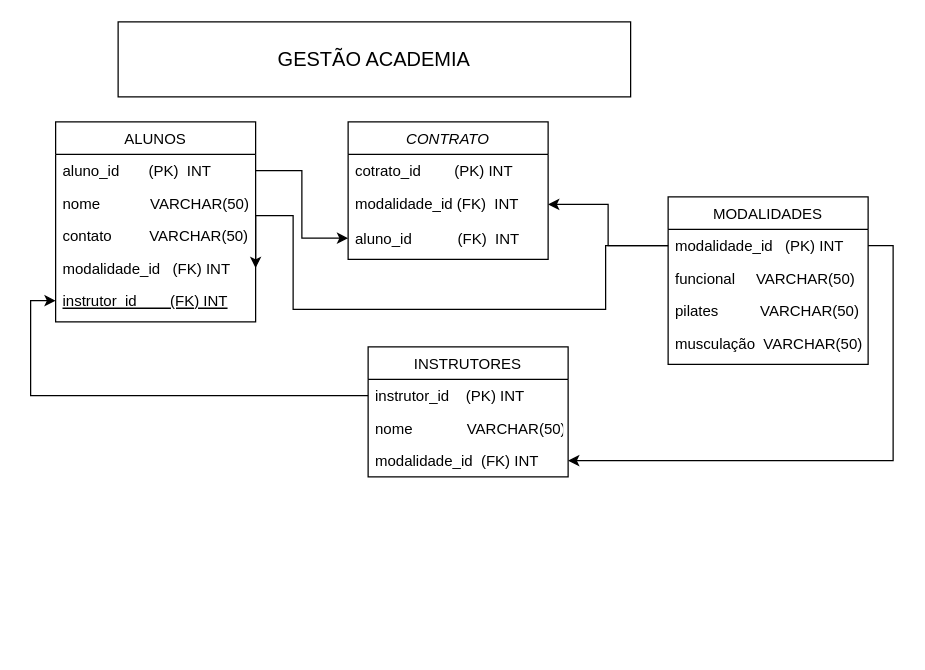
lucas-adrian/exercicio keeps this draw.io diagram as Untitled Diagram.drawio. Above is the earlier version. Source tidied: cells renumbered, new cells numbered last; positions are measured from the earlier drawing's top-left corner, leaving out a move shared by most shapes. Both pictures are drawn from the tidied source at 125%, with x=0, y=0 at pixel (55, 21).
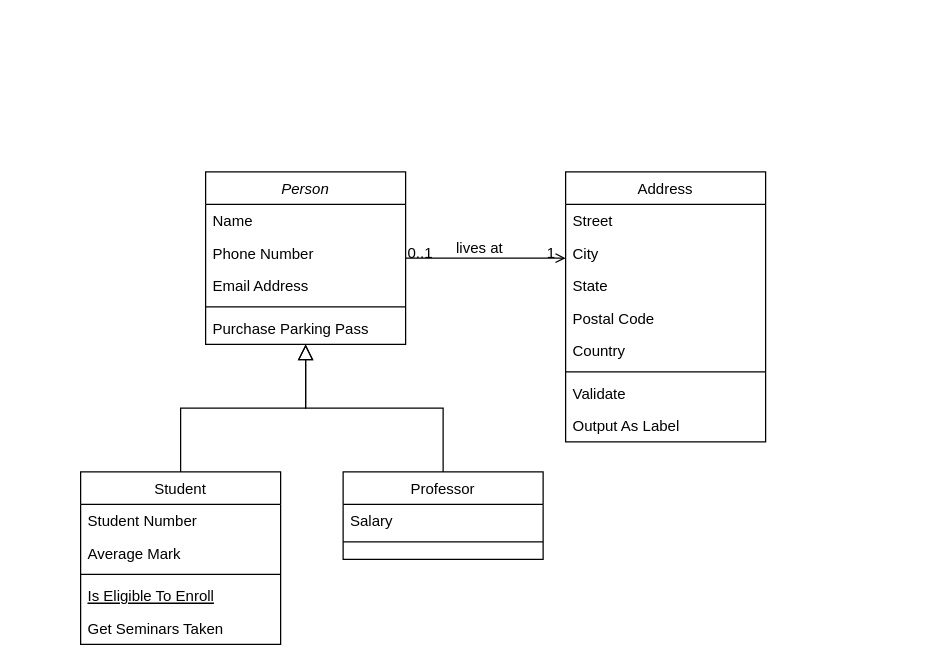
The same page after the edit.

What changed in the source:
```diff
@@
-    <mxCell id="2" value="CONTRATO" style="swimlane;fontStyle=2;align=center;verticalAlign=top;horizontal=1;startSize=26;rounded=0;shadow=0;strokeWidth=1;" parent="1" vertex="1">
-      <mxGeometry x="234" y="80" width="160" height="110" as="geometry" />
+    <mxCell id="2" value="Person" style="swimlane;fontStyle=2;align=center;verticalAlign=top;horizontal=1;startSize=26;rounded=0;shadow=0;strokeWidth=1;" parent="1" vertex="1">
+      <mxGeometry x="120" y="120" width="160" height="138" as="geometry" />
     </mxCell>
-    <mxCell id="3" value="cotrato_id        (PK) INT" style="text;align=left;verticalAlign=top;spacingLeft=4;spacingRight=4;overflow=hidden;" parent="2" vertex="1">
+    <mxCell id="3" value="Name" style="text;align=left;verticalAlign=top;spacingLeft=4;spacingRight=4;overflow=hidden;" parent="2" vertex="1">
       <mxGeometry y="26" width="160" height="26" as="geometry" />
     </mxCell>
+    <mxCell id="27" value="Phone Number" style="text;align=left;verticalAlign=top;spacingLeft=4;spacingRight=4;overflow=hidden;rounded=0;shadow=0;html=0;" parent="2" vertex="1">
+      <mxGeometry y="52" width="160" height="26" as="geometry" />
+    </mxCell>
-    <mxCell id="4" value="modalidade_id (FK)  INT&#10; " style="text;align=left;verticalAlign=top;spacingLeft=4;spacingRight=4;overflow=hidden;points=[[0,0.5],[1,0.5]];portConstraint=eastwest;rounded=0;shadow=0;html=0;" parent="2" vertex="1">
-      <mxGeometry y="52" width="160" height="28" as="geometry" />
+    <mxCell id="4" value="Email Address" style="text;align=left;verticalAlign=top;spacingLeft=4;spacingRight=4;overflow=hidden;points=[[0,0.5],[1,0.5]];portConstraint=eastwest;rounded=0;shadow=0;html=0;" parent="2" vertex="1">
+      <mxGeometry y="78" width="160" height="26" as="geometry" />
     </mxCell>
-    <mxCell id="5" value="aluno_id           (FK)  INT " style="text;align=left;verticalAlign=top;spacingLeft=4;spacingRight=4;overflow=hidden;points=[[0,0.5],[1,0.5]];portConstraint=eastwest;rounded=0;shadow=0;html=0;" parent="2" vertex="1">
-      <mxGeometry y="80" width="160" height="26" as="geometry" />
-    </mxCell>
+    <mxCell id="28" style="line;html=1;strokeWidth=1;align=left;verticalAlign=middle;spacingTop=-1;spacingLeft=3;spacingRight=3;labelPosition=right;" parent="2" vertex="1">
+      <mxGeometry y="104" width="160" height="8" as="geometry" />
+    </mxCell>
+    <mxCell id="29" value="Purchase Parking Pass" style="text;align=left;verticalAlign=top;spacingLeft=4;spacingRight=4;overflow=hidden;" parent="2" vertex="1">
+      <mxGeometry y="112" width="160" height="26" as="geometry" />
+    </mxCell>
-    <mxCell id="6" value="ALUNOS" style="swimlane;fontStyle=0;align=center;verticalAlign=top;horizontal=1;startSize=26;rounded=0;shadow=0;strokeWidth=1;" parent="1" vertex="1">
-      <mxGeometry y="80" width="160" height="160" as="geometry" />
+    <mxCell id="6" value="Student" style="swimlane;fontStyle=0;align=center;verticalAlign=top;horizontal=1;startSize=26;rounded=0;shadow=0;strokeWidth=1;" parent="1" vertex="1">
+      <mxGeometry x="20" y="360" width="160" height="138" as="geometry" />
     </mxCell>
-    <mxCell id="7" value="aluno_id       (PK)  INT" style="text;align=left;verticalAlign=top;spacingLeft=4;spacingRight=4;overflow=hidden;points=[[0,0.5],[1,0.5]];portConstraint=eastwest;" parent="6" vertex="1">
+    <mxCell id="7" value="Student Number" style="text;align=left;verticalAlign=top;spacingLeft=4;spacingRight=4;overflow=hidden;points=[[0,0.5],[1,0.5]];portConstraint=eastwest;" parent="6" vertex="1">
       <mxGeometry y="26" width="160" height="26" as="geometry" />
     </mxCell>
-    <mxCell id="8" value="nome            VARCHAR(50)" style="text;align=left;verticalAlign=top;spacingLeft=4;spacingRight=4;overflow=hidden;rounded=0;shadow=0;html=0;" parent="6" vertex="1">
+    <mxCell id="8" value="Average Mark" style="text;align=left;verticalAlign=top;spacingLeft=4;spacingRight=4;overflow=hidden;rounded=0;shadow=0;html=0;" parent="6" vertex="1">
       <mxGeometry y="52" width="160" height="26" as="geometry" />
     </mxCell>
-    <mxCell id="9" value="contato         VARCHAR(50)" style="text;align=left;verticalAlign=top;spacingLeft=4;spacingRight=4;overflow=hidden;rounded=0;shadow=0;html=0;" parent="6" vertex="1">
-      <mxGeometry y="78" width="160" height="26" as="geometry" />
-    </mxCell>
-    <mxCell id="10" value="modalidade_id   (FK) INT" style="text;align=left;verticalAlign=top;spacingLeft=4;spacingRight=4;overflow=hidden;points=[[0,0.5],[1,0.5]];portConstraint=eastwest;rounded=0;shadow=0;html=0;" parent="6" vertex="1">
-      <mxGeometry y="104" width="160" height="26" as="geometry" />
-    </mxCell>
+    <mxCell id="30" style="line;html=1;strokeWidth=1;align=left;verticalAlign=middle;spacingTop=-1;spacingLeft=3;spacingRight=3;labelPosition=right;" parent="6" vertex="1">
+      <mxGeometry y="78" width="160" height="8" as="geometry" />
+    </mxCell>
-    <mxCell id="11" value="instrutor_id        (FK) INT" style="text;align=left;verticalAlign=top;spacingLeft=4;spacingRight=4;overflow=hidden;points=[[0,0.5],[1,0.5]];portConstraint=eastwest;fontStyle=4;" parent="6" vertex="1">
-      <mxGeometry y="130" width="160" height="26" as="geometry" />
+    <mxCell id="11" value="Is Eligible To Enroll" style="text;align=left;verticalAlign=top;spacingLeft=4;spacingRight=4;overflow=hidden;points=[[0,0.5],[1,0.5]];portConstraint=eastwest;fontStyle=4;" parent="6" vertex="1">
+      <mxGeometry y="86" width="160" height="26" as="geometry" />
     </mxCell>
+    <mxCell id="31" value="Get Seminars Taken" style="text;align=left;verticalAlign=top;spacingLeft=4;spacingRight=4;overflow=hidden;" parent="6" vertex="1">
+      <mxGeometry y="112" width="160" height="26" as="geometry" />
+    </mxCell>
+    <mxCell id="32" style="endArrow=block;endSize=10;endFill=0;shadow=0;strokeWidth=1;rounded=0;edgeStyle=elbowEdgeStyle;elbow=vertical;" parent="1" edge="1" source="6" target="2">
+      <mxGeometry relative="1" as="geometry" />
+    </mxCell>
-    <mxCell id="12" value="INSTRUTORES" style="swimlane;fontStyle=0;align=center;verticalAlign=top;horizontal=1;startSize=26;rounded=0;shadow=0;strokeWidth=1;" parent="1" vertex="1">
-      <mxGeometry x="250" y="260" width="160" height="104" as="geometry" />
+    <mxCell id="12" value="Professor" style="swimlane;fontStyle=0;align=center;verticalAlign=top;horizontal=1;startSize=26;rounded=0;shadow=0;strokeWidth=1;" parent="1" vertex="1">
+      <mxGeometry x="230" y="360" width="160" height="70" as="geometry" />
     </mxCell>
-    <mxCell id="13" value="instrutor_id    (PK) INT" style="text;align=left;verticalAlign=top;spacingLeft=4;spacingRight=4;overflow=hidden;points=[[0,0.5],[1,0.5]];portConstraint=eastwest;" parent="12" vertex="1">
+    <mxCell id="13" value="Salary" style="text;align=left;verticalAlign=top;spacingLeft=4;spacingRight=4;overflow=hidden;points=[[0,0.5],[1,0.5]];portConstraint=eastwest;" parent="12" vertex="1">
       <mxGeometry y="26" width="160" height="26" as="geometry" />
     </mxCell>
-    <mxCell id="14" value="nome             VARCHAR(50)" style="text;align=left;verticalAlign=top;spacingLeft=4;spacingRight=4;overflow=hidden;" parent="12" vertex="1">
-      <mxGeometry y="52" width="160" height="26" as="geometry" />
-    </mxCell>
-    <mxCell id="15" value="modalidade_id  (FK) INT" style="text;align=left;verticalAlign=top;spacingLeft=4;spacingRight=4;overflow=hidden;points=[[0,0.5],[1,0.5]];portConstraint=eastwest;" parent="12" vertex="1">
-      <mxGeometry y="78" width="160" height="26" as="geometry" />
-    </mxCell>
+    <mxCell id="33" style="line;html=1;strokeWidth=1;align=left;verticalAlign=middle;spacingTop=-1;spacingLeft=3;spacingRight=3;labelPosition=right;" parent="12" vertex="1">
+      <mxGeometry y="52" width="160" height="8" as="geometry" />
+    </mxCell>
+    <mxCell id="34" style="endArrow=block;endSize=10;endFill=0;shadow=0;strokeWidth=1;rounded=0;edgeStyle=elbowEdgeStyle;elbow=vertical;" parent="1" edge="1" source="12" target="2">
+      <mxGeometry relative="1" as="geometry" />
+    </mxCell>
-    <mxCell id="16" value="MODALIDADES" style="swimlane;fontStyle=0;align=center;verticalAlign=top;horizontal=1;startSize=26;rounded=0;shadow=0;strokeWidth=1;" parent="1" vertex="1">
-      <mxGeometry x="490" y="140" width="160" height="134" as="geometry" />
+    <mxCell id="16" value="Address" style="swimlane;fontStyle=0;align=center;verticalAlign=top;horizontal=1;startSize=26;rounded=0;shadow=0;strokeWidth=1;" parent="1" vertex="1">
+      <mxGeometry x="408" y="120" width="160" height="216" as="geometry" />
     </mxCell>
-    <mxCell id="17" value="modalidade_id   (PK) INT" style="text;align=left;verticalAlign=top;spacingLeft=4;spacingRight=4;overflow=hidden;points=[[0,0.5],[1,0.5]];portConstraint=eastwest;" parent="16" vertex="1">
+    <mxCell id="17" value="Street" style="text;align=left;verticalAlign=top;spacingLeft=4;spacingRight=4;overflow=hidden;points=[[0,0.5],[1,0.5]];portConstraint=eastwest;" parent="16" vertex="1">
       <mxGeometry y="26" width="160" height="26" as="geometry" />
     </mxCell>
-    <mxCell id="18" value="funcional     VARCHAR(50)" style="text;align=left;verticalAlign=top;spacingLeft=4;spacingRight=4;overflow=hidden;rounded=0;shadow=0;html=0;" parent="16" vertex="1">
+    <mxCell id="18" value="City" style="text;align=left;verticalAlign=top;spacingLeft=4;spacingRight=4;overflow=hidden;rounded=0;shadow=0;html=0;" parent="16" vertex="1">
       <mxGeometry y="52" width="160" height="26" as="geometry" />
     </mxCell>
-    <mxCell id="19" value="pilates          VARCHAR(50)" style="text;align=left;verticalAlign=top;spacingLeft=4;spacingRight=4;overflow=hidden;rounded=0;shadow=0;html=0;" parent="16" vertex="1">
+    <mxCell id="19" value="State" style="text;align=left;verticalAlign=top;spacingLeft=4;spacingRight=4;overflow=hidden;rounded=0;shadow=0;html=0;" parent="16" vertex="1">
       <mxGeometry y="78" width="160" height="26" as="geometry" />
     </mxCell>
-    <mxCell id="20" value="musculação  VARCHAR(50)" style="text;align=left;verticalAlign=top;spacingLeft=4;spacingRight=4;overflow=hidden;rounded=0;shadow=0;html=0;" parent="16" vertex="1">
+    <mxCell id="20" value="Postal Code" style="text;align=left;verticalAlign=top;spacingLeft=4;spacingRight=4;overflow=hidden;rounded=0;shadow=0;html=0;" parent="16" vertex="1">
       <mxGeometry y="104" width="160" height="26" as="geometry" />
     </mxCell>
-    <mxCell id="21" style="edgeStyle=orthogonalEdgeStyle;rounded=0;jettySize=auto;html=1;exitX=0;exitY=0.5;exitDx=0;exitDy=0;entryX=1;entryY=0.5;entryDx=0;entryDy=0;" parent="1" edge="1" source="17" target="4">
-      <mxGeometry relative="1" as="geometry" />
-    </mxCell>
-    <mxCell id="22" style="edgeStyle=orthogonalEdgeStyle;rounded=0;jettySize=auto;html=1;exitX=1;exitY=0.5;exitDx=0;exitDy=0;" parent="1" edge="1" source="17" target="15">
-      <mxGeometry relative="1" as="geometry" />
-    </mxCell>
-    <mxCell id="23" style="edgeStyle=orthogonalEdgeStyle;rounded=0;jettySize=auto;html=1;exitX=0;exitY=0.5;exitDx=0;exitDy=0;entryX=0;entryY=0.5;entryDx=0;entryDy=0;" parent="1" edge="1" source="13" target="11">
-      <mxGeometry relative="1" as="geometry" />
-    </mxCell>
-    <mxCell id="24" style="edgeStyle=orthogonalEdgeStyle;rounded=0;jettySize=auto;html=1;exitX=0;exitY=0.5;exitDx=0;exitDy=0;entryX=1;entryY=0.5;entryDx=0;entryDy=0;" parent="1" edge="1" source="17" target="10">
-      <mxGeometry relative="1" as="geometry">
-        <Array as="points">
-          <mxPoint x="440" y="179" />
-          <mxPoint x="440" y="230" />
-          <mxPoint x="190" y="230" />
-          <mxPoint x="190" y="155" />
-          <mxPoint x="160" y="155" />
-        </Array>
-      </mxGeometry>
-    </mxCell>
-    <mxCell id="25" style="edgeStyle=orthogonalEdgeStyle;rounded=0;jettySize=auto;html=1;exitX=1;exitY=0.5;exitDx=0;exitDy=0;entryX=0;entryY=0.5;entryDx=0;entryDy=0;" parent="1" edge="1" source="7" target="5">
-      <mxGeometry relative="1" as="geometry" />
-    </mxCell>
-    <mxCell id="26" value="&lt;font size=&quot;3&quot;&gt;GESTÃO ACADEMIA&lt;/font&gt;" style="rounded=0;whiteSpace=wrap;html=1;" parent="1" vertex="1">
-      <mxGeometry x="50" width="410" height="60" as="geometry" />
-    </mxCell>
+    <mxCell id="35" value="Country" style="text;align=left;verticalAlign=top;spacingLeft=4;spacingRight=4;overflow=hidden;rounded=0;shadow=0;html=0;" parent="16" vertex="1">
+      <mxGeometry y="130" width="160" height="26" as="geometry" />
+    </mxCell>
+    <mxCell id="36" style="line;html=1;strokeWidth=1;align=left;verticalAlign=middle;spacingTop=-1;spacingLeft=3;spacingRight=3;labelPosition=right;" parent="16" vertex="1">
+      <mxGeometry y="156" width="160" height="8" as="geometry" />
+    </mxCell>
+    <mxCell id="37" value="Validate" style="text;align=left;verticalAlign=top;spacingLeft=4;spacingRight=4;overflow=hidden;" parent="16" vertex="1">
+      <mxGeometry y="164" width="160" height="26" as="geometry" />
+    </mxCell>
+    <mxCell id="38" value="Output As Label" style="text;align=left;verticalAlign=top;spacingLeft=4;spacingRight=4;overflow=hidden;" parent="16" vertex="1">
+      <mxGeometry y="190" width="160" height="26" as="geometry" />
+    </mxCell>
+    <mxCell id="39" style="endArrow=open;shadow=0;strokeWidth=1;rounded=0;endFill=1;edgeStyle=elbowEdgeStyle;elbow=vertical;" parent="1" edge="1" source="2" target="16">
+      <mxGeometry x="0.5" y="41" relative="1" as="geometry">
+        <mxPoint x="-40" y="32" as="offset" />
+      </mxGeometry>
+    </mxCell>
+    <mxCell id="40" value="0..1" style="align=left;verticalAlign=bottom;labelBackgroundColor=none;fontSize=12;" parent="39" vertex="1">
+      <mxGeometry x="-1" relative="1" as="geometry">
+        <mxPoint y="4" as="offset" />
+      </mxGeometry>
+    </mxCell>
+    <mxCell id="41" value="1" style="align=right;verticalAlign=bottom;labelBackgroundColor=none;fontSize=12;" parent="39" vertex="1">
+      <mxGeometry x="1" relative="1" as="geometry">
+        <mxPoint x="-7" y="4" as="offset" />
+      </mxGeometry>
+    </mxCell>
+    <mxCell id="42" value="lives at" style="text;html=1;align=center;verticalAlign=middle;labelBackgroundColor=none;rounded=0;shadow=0;strokeWidth=1;fontSize=12;" parent="39" vertex="1">
+      <mxGeometry x="0.5" y="49" relative="1" as="geometry">
+        <mxPoint x="-38" y="40" as="offset" />
+      </mxGeometry>
+    </mxCell>
```
